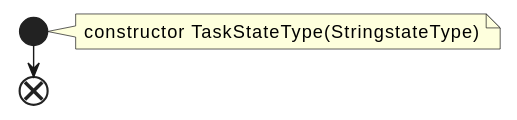
Earlier version of the PlantUML export docs/qc/trogdor/src/main/java/org/apache/kafka/trogdor/rest/TaskStateType.java.fct.svg (qualitesys/kafka). The source it was exported from:
```plantuml
@startuml
!pragma layout smetana
start
note right
constructor TaskStateType(StringstateType)
end note
end
@enduml
```
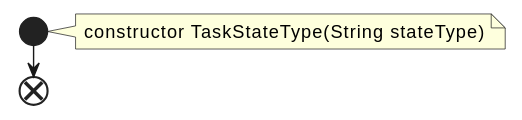
After the change.

The edit, as a diff of the source:
```diff
@@ -2,7 +2,7 @@
 !pragma layout smetana
 start
 note right
-constructor TaskStateType(StringstateType)
+constructor TaskStateType(String stateType)
 end note
 end
 @enduml
```
